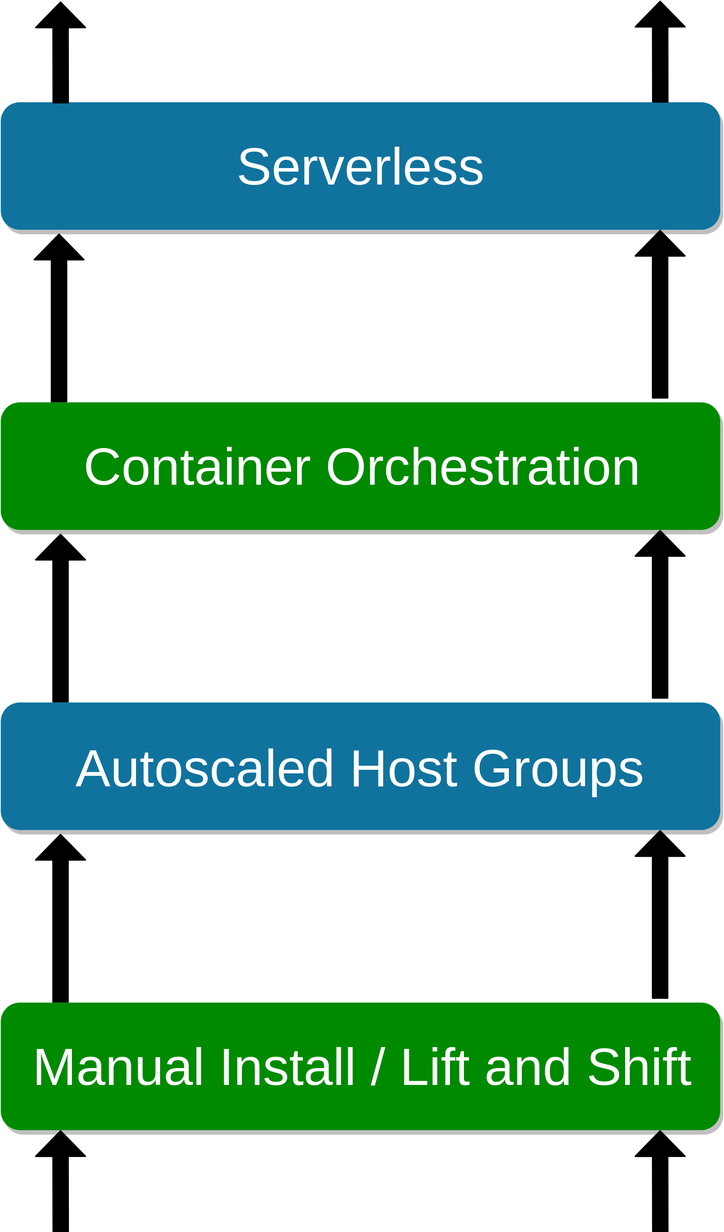
Above: images/scaling-ladder.png in bastiandg/scaling-in-the-cloud (draw.io), before the change. Source tidied: cells renumbered, new cells last; positions are measured from the earlier drawing's top-left corner, leaving out a move shared by most shapes.
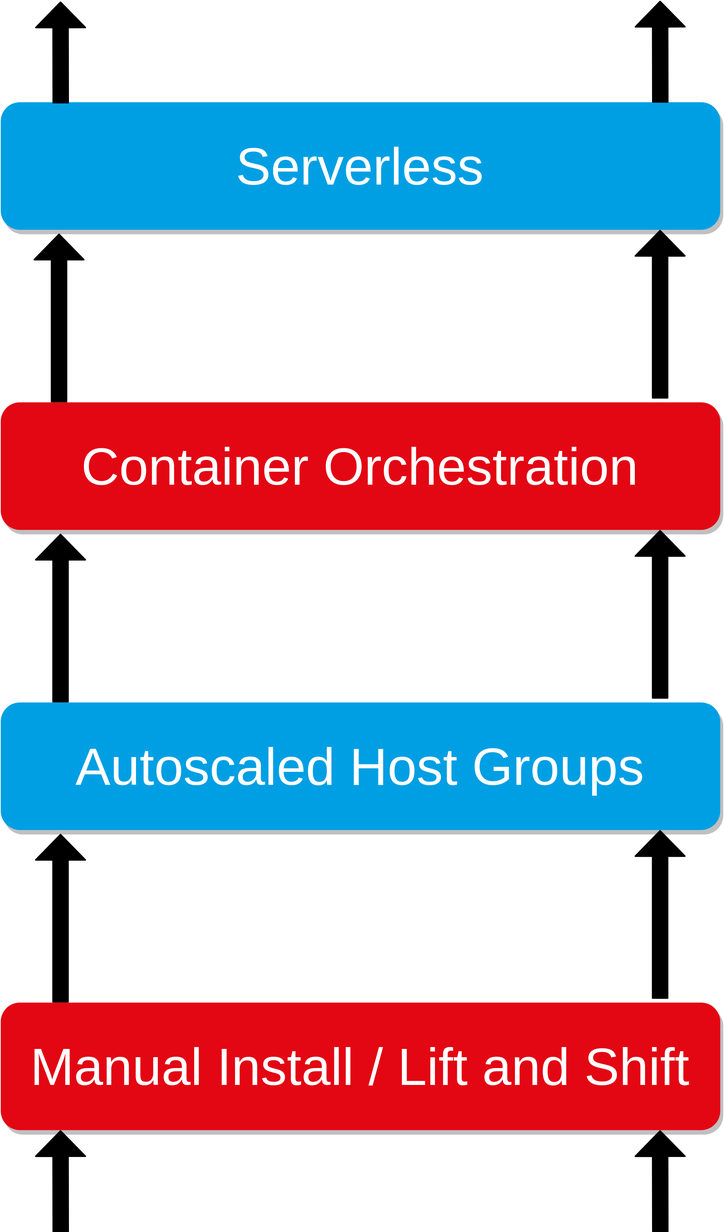
The same diagram one commit later.

Change to the diagram source:
```diff
@@ -2,16 +2,16 @@
   <root>
     <mxCell id="0" />
     <mxCell id="1" parent="0" />
-    <mxCell id="2" value="&lt;h1&gt;&lt;font style=&quot;font-weight: normal ; font-size: 35px&quot;&gt;Container Orchestration&lt;/font&gt;&lt;/h1&gt;" style="rounded=1;whiteSpace=wrap;html=1;strokeColor=none;strokeWidth=1;fillColor=#008a00;fontSize=13;fontColor=#ffffff;align=center;gradientDirection=east;verticalAlign=middle;shadow=1;" parent="1" vertex="1">
+    <mxCell id="2" value="&lt;h1&gt;&lt;font style=&quot;font-weight: normal ; font-size: 35px&quot;&gt;Container Orchestration&lt;/font&gt;&lt;/h1&gt;" style="rounded=1;whiteSpace=wrap;html=1;strokeColor=none;strokeWidth=1;fillColor=#E30613;fontSize=13;fontColor=#ffffff;align=center;gradientDirection=east;verticalAlign=middle;shadow=1;" parent="1" vertex="1">
       <mxGeometry y="267.6" width="480" height="85" as="geometry" />
     </mxCell>
-    <mxCell id="3" value="&lt;h1 style=&quot;font-size: 26px&quot;&gt;&lt;font style=&quot;font-size: 35px&quot;&gt;&lt;div style=&quot;font-weight: 400&quot;&gt;Manual Install /&amp;nbsp;&lt;span&gt;Lift and Shift&lt;/span&gt;&lt;/div&gt;&lt;/font&gt;&lt;/h1&gt;" style="rounded=1;whiteSpace=wrap;html=1;strokeColor=none;strokeWidth=1;fillColor=#008a00;fontSize=13;fontColor=#ffffff;align=center;gradientDirection=east;verticalAlign=middle;shadow=1;" parent="1" vertex="1">
+    <mxCell id="3" value="&lt;h1 style=&quot;font-size: 26px&quot;&gt;&lt;font style=&quot;font-size: 35px&quot;&gt;&lt;div style=&quot;font-weight: 400&quot;&gt;Manual Install /&amp;nbsp;&lt;span&gt;Lift and Shift&lt;/span&gt;&lt;/div&gt;&lt;/font&gt;&lt;/h1&gt;" style="rounded=1;whiteSpace=wrap;html=1;strokeColor=none;strokeWidth=1;fillColor=#E30613;fontSize=13;fontColor=#ffffff;align=center;gradientDirection=east;verticalAlign=middle;shadow=1;" parent="1" vertex="1">
       <mxGeometry y="667.6" width="480" height="85" as="geometry" />
     </mxCell>
-    <mxCell id="4" value="&lt;div&gt;&lt;span style=&quot;font-size: 35px&quot;&gt;Autoscaled Host Groups&lt;/span&gt;&lt;/div&gt;" style="rounded=1;whiteSpace=wrap;html=1;strokeColor=none;strokeWidth=1;fillColor=#10739E;fontSize=13;fontColor=#FFFFFF;align=center;gradientColor=none;gradientDirection=east;verticalAlign=middle;shadow=1;" parent="1" vertex="1">
+    <mxCell id="4" value="&lt;div&gt;&lt;span style=&quot;font-size: 35px&quot;&gt;Autoscaled Host Groups&lt;/span&gt;&lt;/div&gt;" style="rounded=1;whiteSpace=wrap;html=1;strokeColor=none;strokeWidth=1;fillColor=#009FE3;fontSize=13;fontColor=#FFFFFF;align=center;gradientColor=none;gradientDirection=east;verticalAlign=middle;shadow=1;" parent="1" vertex="1">
       <mxGeometry y="467.6" width="480" height="85" as="geometry" />
     </mxCell>
-    <mxCell id="5" value="&lt;div&gt;&lt;h1&gt;&lt;span style=&quot;font-weight: normal&quot;&gt;&lt;font style=&quot;font-size: 35px&quot;&gt;Serverless&lt;/font&gt;&lt;/span&gt;&lt;/h1&gt;&lt;/div&gt;" style="rounded=1;whiteSpace=wrap;html=1;strokeColor=none;strokeWidth=1;fillColor=#10739E;fontSize=13;fontColor=#FFFFFF;align=center;gradientColor=none;gradientDirection=east;verticalAlign=middle;shadow=1;" parent="1" vertex="1">
+    <mxCell id="5" value="&lt;div&gt;&lt;h1&gt;&lt;span style=&quot;font-weight: normal&quot;&gt;&lt;font style=&quot;font-size: 35px&quot;&gt;Serverless&lt;/font&gt;&lt;/span&gt;&lt;/h1&gt;&lt;/div&gt;" style="rounded=1;whiteSpace=wrap;html=1;strokeColor=none;strokeWidth=1;fillColor=#009FE3;fontSize=13;fontColor=#FFFFFF;align=center;gradientColor=none;gradientDirection=east;verticalAlign=middle;shadow=1;" parent="1" vertex="1">
       <mxGeometry y="67.6" width="480" height="85" as="geometry" />
     </mxCell>
     <mxCell id="6" style="shape=flexArrow;endArrow=classic;html=1;entryX=0.081;entryY=1.03;entryDx=0;entryDy=0;entryPerimeter=0;exitX=0.081;exitY=0;exitDx=0;exitDy=0;exitPerimeter=0;endWidth=22.06896551724138;endSize=5.289655172413793;labelBackgroundColor=#000000;fillColor=#000000;" parent="1" edge="1" source="2" target="5">
```
